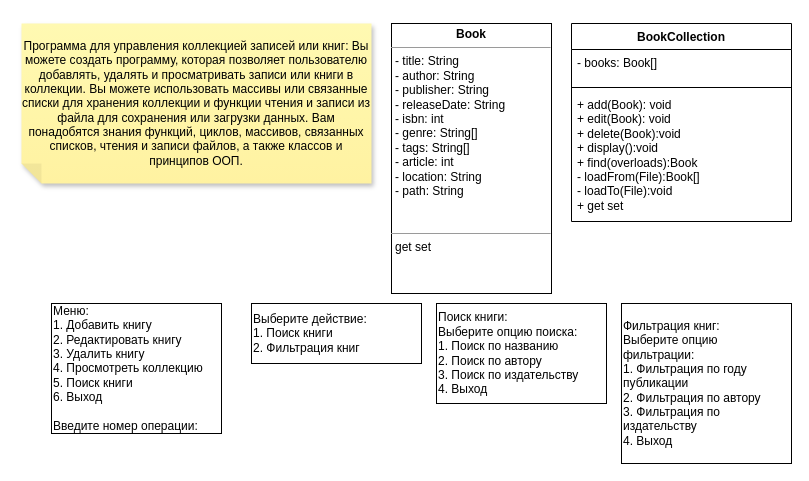
Oleguito/project-book-collection keeps this draw.io diagram as Books&Entries.drawio. Above is the earlier version. Source tidied: cells renumbered, new cells numbered last; positions are measured from the earlier drawing's top-left corner, leaving out a move shared by most shapes. Both pictures are drawn from the tidied source at 100%, with x=0, y=0 at pixel (21, 23).
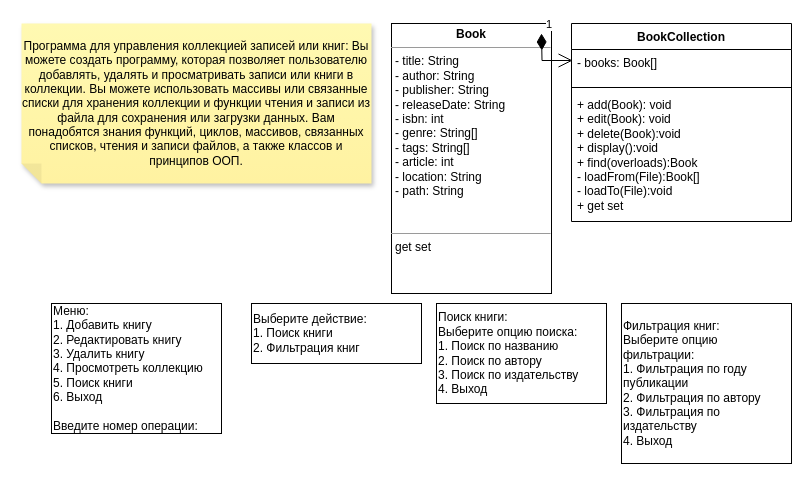
Above is the later version.

What changed in the source:
```diff
@@
 <mxGraphModel>
   <root>
     <mxCell id="0" />
     <mxCell id="1" parent="0" />
     <mxCell id="2" value="Программа для управления коллекцией записей или книг: Вы можете создать программу, которая позволяет пользователю добавлять, удалять и просматривать записи или книги в коллекции. Вы можете использовать массивы или связанные списки для хранения коллекции и функции чтения и записи из файла для сохранения или загрузки данных. Вам понадобятся знания функций, циклов, массивов, связанных списков, чтения и записи файлов, а также классов и принципов ООП." style="shape=note;whiteSpace=wrap;html=1;backgroundOutline=1;fontColor=#000000;darkOpacity=0.05;fillColor=#FFF9B2;strokeColor=none;fillStyle=solid;direction=west;gradientDirection=north;gradientColor=#FFF2A1;shadow=1;size=20;" parent="1" vertex="1">
       <mxGeometry width="350" height="160" as="geometry" />
     </mxCell>
     <mxCell id="3" value="&lt;p style=&quot;margin:0px;margin-top:4px;text-align:center;&quot;&gt;&lt;b&gt;Book&lt;/b&gt;&lt;/p&gt;&lt;hr size=&quot;1&quot;&gt;&lt;p style=&quot;margin:0px;margin-left:4px;&quot;&gt;- title: String&lt;/p&gt;&lt;p style=&quot;margin:0px;margin-left:4px;&quot;&gt;- author: String&lt;/p&gt;&lt;p style=&quot;margin:0px;margin-left:4px;&quot;&gt;- publisher: String&lt;/p&gt;&lt;p style=&quot;margin:0px;margin-left:4px;&quot;&gt;- releaseDate: String&lt;/p&gt;&lt;p style=&quot;margin:0px;margin-left:4px;&quot;&gt;- isbn: int&lt;/p&gt;&lt;p style=&quot;margin:0px;margin-left:4px;&quot;&gt;- genre: String[]&lt;/p&gt;&lt;p style=&quot;margin:0px;margin-left:4px;&quot;&gt;- tags: String[]&lt;/p&gt;&lt;p style=&quot;margin:0px;margin-left:4px;&quot;&gt;- article: int&lt;/p&gt;&lt;p style=&quot;margin:0px;margin-left:4px;&quot;&gt;- location: String&lt;/p&gt;&lt;p style=&quot;margin:0px;margin-left:4px;&quot;&gt;- path: String&lt;/p&gt;&lt;p style=&quot;margin:0px;margin-left:4px;&quot;&gt;&lt;br&gt;&lt;/p&gt;&lt;p style=&quot;margin:0px;margin-left:4px;&quot;&gt;&lt;br&gt;&lt;/p&gt;&lt;hr size=&quot;1&quot;&gt;&lt;p style=&quot;margin:0px;margin-left:4px;&quot;&gt;get set&lt;/p&gt;" style="verticalAlign=top;align=left;overflow=fill;fontSize=12;fontFamily=Helvetica;html=1;whiteSpace=wrap;" parent="1" vertex="1">
       <mxGeometry x="370" width="160" height="270" as="geometry" />
     </mxCell>
     <mxCell id="4" value="BookCollection" style="swimlane;fontStyle=1;align=center;verticalAlign=top;horizontal=1;startSize=26;whiteSpace=wrap;html=1;" parent="1" vertex="1">
       <mxGeometry x="550" width="220" height="198" as="geometry" />
     </mxCell>
     <mxCell id="5" value="- books: Book[]" style="text;strokeColor=none;fillColor=none;align=left;verticalAlign=top;spacingLeft=4;spacingRight=4;overflow=hidden;points=[[0,0.5],[1,0.5]];portConstraint=eastwest;whiteSpace=wrap;html=1;" parent="4" vertex="1">
       <mxGeometry y="26" width="220" height="34" as="geometry" />
     </mxCell>
     <mxCell id="6" style="line;strokeWidth=1;fillColor=none;align=left;verticalAlign=middle;spacingTop=-1;spacingLeft=3;spacingRight=3;labelPosition=right;strokeColor=inherit;" parent="4" vertex="1">
       <mxGeometry y="60" width="220" height="8" as="geometry" />
     </mxCell>
     <mxCell id="7" value="+ add(Book): void&lt;br&gt;+ edit(Book): void&lt;br&gt;+ delete(Book):void&lt;br&gt;+ display():void&lt;br&gt;+ find(overloads):Book&lt;br&gt;- loadFrom(File):Book[]&lt;br&gt;- loadTo(File):void&lt;br&gt;+ get set" style="text;strokeColor=none;fillColor=none;align=left;verticalAlign=top;spacingLeft=4;spacingRight=4;overflow=hidden;whiteSpace=wrap;html=1;" parent="4" vertex="1">
       <mxGeometry y="68" width="220" height="130" as="geometry" />
     </mxCell>
     <mxCell id="8" value="&lt;div&gt;Меню:&lt;/div&gt;&lt;div&gt;1. Добавить книгу&lt;/div&gt;&lt;div&gt;2. Редактировать книгу&lt;/div&gt;&lt;div&gt;3. Удалить книгу&lt;/div&gt;&lt;div&gt;4. Просмотреть коллекцию&lt;/div&gt;&lt;div&gt;5. Поиск книги&lt;/div&gt;&lt;div&gt;6. Выход&lt;/div&gt;&lt;div&gt;&lt;br&gt;&lt;/div&gt;&lt;div&gt;Введите номер операции:&lt;/div&gt;" style="html=1;whiteSpace=wrap;align=left;" parent="1" vertex="1">
       <mxGeometry x="30" y="280" width="170" height="130" as="geometry" />
     </mxCell>
     <mxCell id="9" value="&lt;div&gt;Выберите действие:&lt;/div&gt;&lt;div&gt;1. Поиск книги&lt;/div&gt;&lt;div&gt;2. Фильтрация книг&lt;/div&gt;" style="html=1;whiteSpace=wrap;align=left;" parent="1" vertex="1">
       <mxGeometry x="230" y="280" width="170" height="60" as="geometry" />
     </mxCell>
     <mxCell id="10" value="&lt;div&gt;Поиск книги:&lt;/div&gt;&lt;div&gt;Выберите опцию поиска:&lt;/div&gt;&lt;div&gt;1. Поиск по названию&lt;/div&gt;&lt;div&gt;2. Поиск по автору&lt;/div&gt;&lt;div&gt;3. Поиск по издательству&lt;/div&gt;&lt;div&gt;4. Выход&lt;/div&gt;" style="html=1;whiteSpace=wrap;align=left;" parent="1" vertex="1">
       <mxGeometry x="415" y="280" width="170" height="100" as="geometry" />
     </mxCell>
     <mxCell id="11" value="&lt;div&gt;Фильтрация книг:&lt;/div&gt;&lt;div&gt;Выберите опцию фильтрации:&lt;/div&gt;&lt;div&gt;1. Фильтрация по году публикации&lt;/div&gt;&lt;div&gt;2. Фильтрация по автору&lt;/div&gt;&lt;div&gt;3. Фильтрация по издательству&lt;/div&gt;&lt;div&gt;4. Выход&lt;/div&gt;" style="html=1;whiteSpace=wrap;align=left;" parent="1" vertex="1">
       <mxGeometry x="600" y="280" width="170" height="160" as="geometry" />
     </mxCell>
+    <mxCell id="12" value="1" style="endArrow=open;html=1;endSize=12;startArrow=diamondThin;startSize=14;startFill=1;edgeStyle=orthogonalEdgeStyle;align=left;verticalAlign=bottom;rounded=0;entryX=0.005;entryY=0.324;entryDx=0;entryDy=0;entryPerimeter=0;" parent="1" edge="1" target="5">
+      <mxGeometry x="-1" y="3" relative="1" as="geometry">
+        <mxPoint x="520" y="10" as="sourcePoint" />
+      </mxGeometry>
+    </mxCell>
   </root>
 </mxGraphModel>
```
